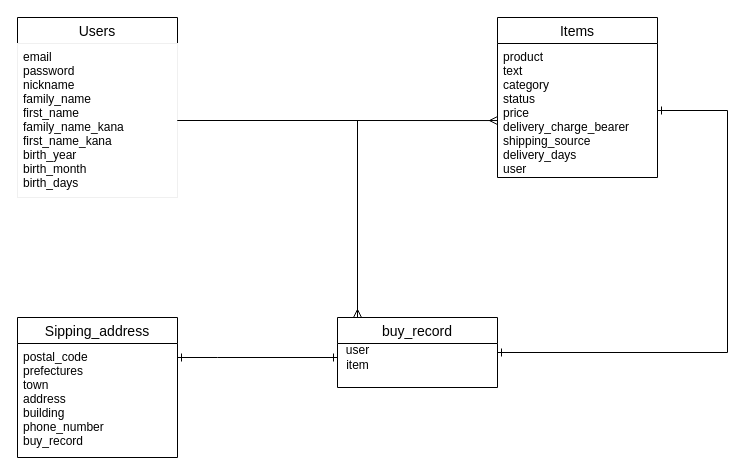
Before: test.dio in stalimate1027/furima-35206, a draw.io diagram. Source tidied: cells renumbered, new cells numbered last; positions are measured from the earlier drawing's top-left corner, leaving out a move shared by most shapes. Both pictures are drawn from the tidied source at 100%, with x=0, y=0 at pixel (17, 17).
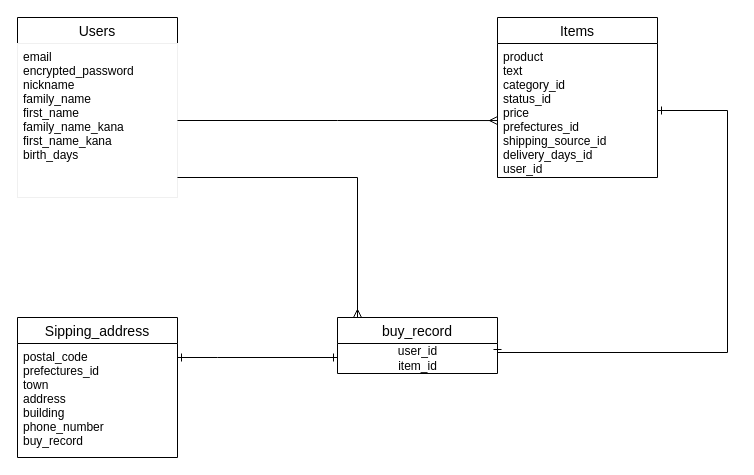
The same diagram, later.

Commit message (it also covers changes not shown here):
ER図・READMEの再々修正

What changed in the source:
```diff
@@
 <mxGraphModel>
   <root>
     <mxCell id="0" />
     <mxCell id="1" parent="0" />
     <mxCell id="2" value="Users" style="swimlane;fontStyle=0;horizontal=1;startSize=26;align=center;fontSize=14;" parent="1" vertex="1">
       <mxGeometry width="160" height="180" as="geometry" />
     </mxCell>
-    <mxCell id="3" value="email&#10;password&#10;nickname&#10;family_name&#10;first_name&#10;family_name_kana&#10;first_name_kana&#10;birth_year&#10;birth_month&#10;birth_days" style="text;fillColor=none;spacingLeft=4;spacingRight=4;overflow=hidden;points=[[0,0.5],[1,0.5]];portConstraint=eastwest;fontSize=12;strokeColor=#f0f0f0;" parent="2" vertex="1">
+    <mxCell id="3" value="email&#10;encrypted_password&#10;nickname&#10;family_name&#10;first_name&#10;family_name_kana&#10;first_name_kana&#10;birth_days" style="text;fillColor=none;spacingLeft=4;spacingRight=4;overflow=hidden;points=[[0,0.5],[1,0.5]];portConstraint=eastwest;fontSize=12;strokeColor=#f0f0f0;" parent="2" vertex="1">
       <mxGeometry y="26" width="160" height="154" as="geometry" />
     </mxCell>
     <mxCell id="4" value="Items" style="swimlane;fontStyle=0;horizontal=1;startSize=26;align=center;fontSize=14;" parent="1" vertex="1">
       <mxGeometry x="480" width="160" height="160" as="geometry" />
     </mxCell>
-    <mxCell id="5" value="product&#10;text&#10;category&#10;status&#10;price&#10;delivery_charge_bearer&#10;shipping_source&#10;delivery_days&#10;user" style="text;strokeColor=none;fillColor=none;spacingLeft=4;spacingRight=4;overflow=hidden;points=[[0,0.5],[1,0.5]];portConstraint=eastwest;fontSize=12;" parent="4" vertex="1">
+    <mxCell id="5" value="product&#10;text&#10;category_id&#10;status_id&#10;price&#10;prefectures_id&#10;shipping_source_id&#10;delivery_days_id&#10;user_id" style="text;strokeColor=none;fillColor=none;spacingLeft=4;spacingRight=4;overflow=hidden;points=[[0,0.5],[1,0.5]];portConstraint=eastwest;fontSize=12;" parent="4" vertex="1">
       <mxGeometry y="26" width="160" height="134" as="geometry" />
     </mxCell>
     <mxCell id="6" value="Sipping_address" style="swimlane;fontStyle=0;horizontal=1;startSize=26;align=center;fontSize=14;" parent="1" vertex="1">
       <mxGeometry y="300" width="160" height="140" as="geometry" />
     </mxCell>
     <mxCell id="7" style="edgeStyle=orthogonalEdgeStyle;rounded=0;jettySize=auto;html=1;endArrow=ERone;endFill=0;startArrow=ERone;startFill=0;" parent="1" edge="1" source="8" target="10">
       <mxGeometry relative="1" as="geometry">
         <Array as="points">
           <mxPoint x="200" y="340" />
           <mxPoint x="200" y="340" />
         </Array>
       </mxGeometry>
     </mxCell>
-    <mxCell id="8" value="postal_code&#10;prefectures&#10;town&#10;address&#10;building&#10;phone_number&#10;buy_record" style="text;strokeColor=none;fillColor=none;spacingLeft=4;spacingRight=4;overflow=hidden;points=[[0,0.5],[1,0.5]];portConstraint=eastwest;fontSize=12;" parent="1" vertex="1">
+    <mxCell id="8" value="postal_code&#10;prefectures_id&#10;town&#10;address&#10;building&#10;phone_number&#10;buy_record" style="text;strokeColor=none;fillColor=none;spacingLeft=4;spacingRight=4;overflow=hidden;points=[[0,0.5],[1,0.5]];portConstraint=eastwest;fontSize=12;" parent="1" vertex="1">
       <mxGeometry y="326" width="160" height="104" as="geometry" />
     </mxCell>
     <mxCell id="9" value="buy_record" style="swimlane;fontStyle=0;horizontal=1;startSize=26;align=center;fontSize=14;" parent="1" vertex="1">
-      <mxGeometry x="320" y="300" width="160" height="70" as="geometry" />
+      <mxGeometry x="320" y="300" width="160" height="56" as="geometry" />
     </mxCell>
-    <mxCell id="10" value="user&lt;br&gt;item" style="text;html=1;align=center;verticalAlign=middle;points=[];" parent="1" vertex="1">
-      <mxGeometry x="320" y="325" width="40" height="30" as="geometry" />
+    <mxCell id="10" value="user_id&lt;br&gt;item_id" style="text;html=1;align=center;verticalAlign=middle;points=[];" parent="9" vertex="1">
+      <mxGeometry y="26" width="160" height="30" as="geometry" />
     </mxCell>
     <mxCell id="11" style="edgeStyle=orthogonalEdgeStyle;rounded=0;jettySize=auto;html=1;entryX=0;entryY=0.575;entryDx=0;entryDy=0;entryPerimeter=0;endArrow=ERmany;endFill=0;" parent="1" edge="1" source="3" target="5">
       <mxGeometry relative="1" as="geometry" />
     </mxCell>
     <mxCell id="12" style="edgeStyle=orthogonalEdgeStyle;rounded=0;jettySize=auto;html=1;endArrow=ERmany;endFill=0;" parent="1" edge="1" source="3">
       <mxGeometry relative="1" as="geometry">
         <mxPoint x="340" y="300" as="targetPoint" />
         <Array as="points">
-          <mxPoint x="340" y="103" />
-          <mxPoint x="340" y="300" />
+          <mxPoint x="340" y="160" />
         </Array>
       </mxGeometry>
     </mxCell>
     <mxCell id="13" style="edgeStyle=orthogonalEdgeStyle;rounded=0;jettySize=auto;html=1;startArrow=ERone;startFill=0;endArrow=ERone;endFill=0;entryX=1;entryY=0.5;entryDx=0;entryDy=0;" parent="1" edge="1" source="5" target="9">
       <mxGeometry relative="1" as="geometry">
         <Array as="points">
           <mxPoint x="710" y="93" />
           <mxPoint x="710" y="335" />
         </Array>
       </mxGeometry>
     </mxCell>
   </root>
 </mxGraphModel>
```
